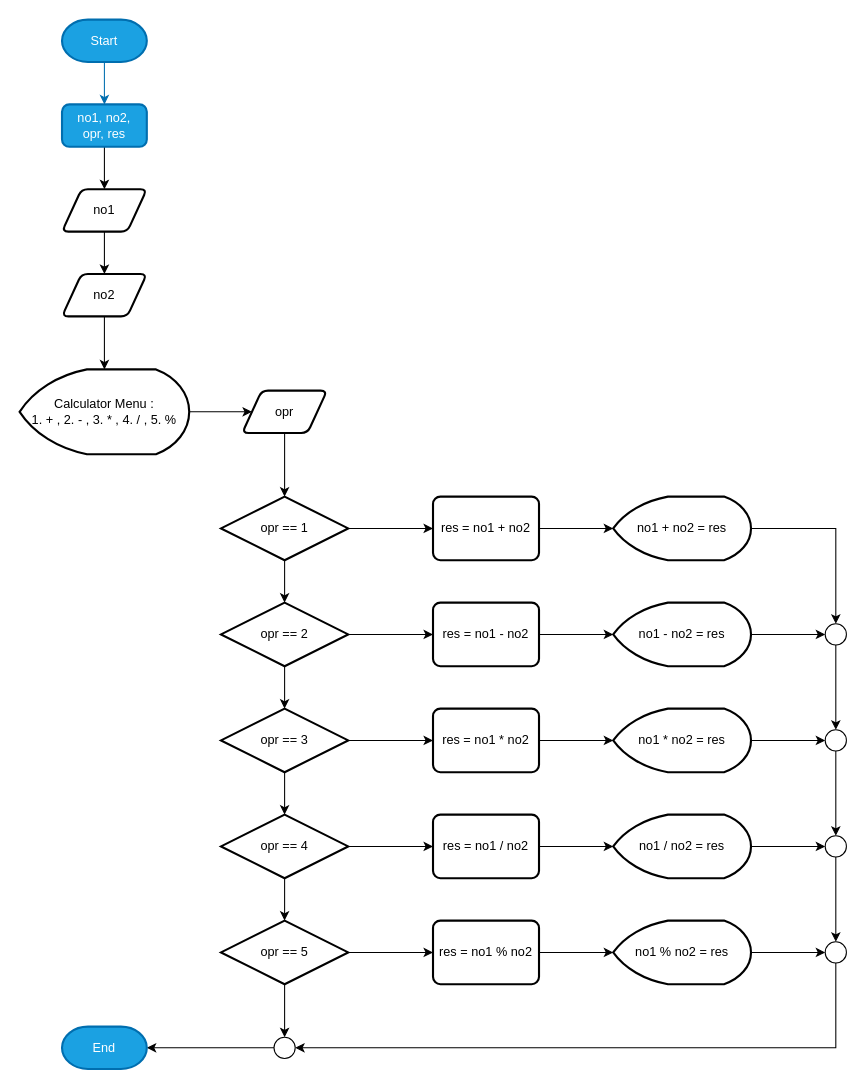
Above: page "Page-2" (2 of 3) of assign01.drawio in ProfDetermined/uni-works (draw.io), before the change. Source tidied: cells renumbered, new cells numbered last; positions are measured from the earlier drawing's top-left corner, leaving out a move shared by most shapes. Both pictures are drawn from the tidied source at 106%, with x=0, y=0 at pixel (19, 19).
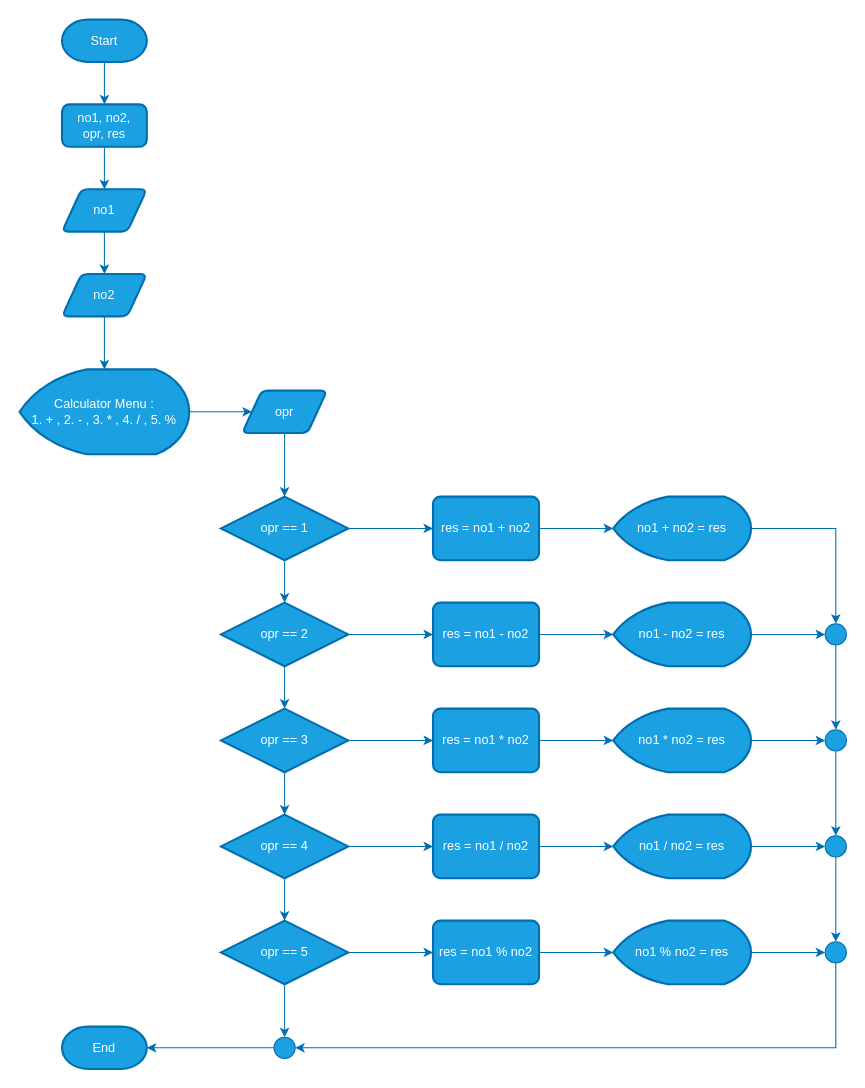
Above is the later version.

Unchanged cells that the change refers to:
```xml
<mxCell id="5" value="no1, no2,&lt;br&gt;opr, res" style="rounded=1;whiteSpace=wrap;html=1;absoluteArcSize=1;arcSize=14;strokeWidth=2;fillColor=#1ba1e2;strokeColor=#006EAF;fontColor=#ffffff;" parent="1" vertex="1">
  <mxGeometry x="40" y="80" width="80" height="40" as="geometry" />
</mxCell>
<mxCell id="59" value="End" style="strokeWidth=2;html=1;shape=mxgraph.flowchart.terminator;whiteSpace=wrap;fillColor=#1ba1e2;strokeColor=#006EAF;fontColor=#ffffff;" parent="1" vertex="1">
  <mxGeometry x="40" y="950" width="80" height="40" as="geometry" />
</mxCell>
```

Diff of the diagram source:
```diff
@@
-    <mxCell id="4" style="edgeStyle=orthogonalEdgeStyle;rounded=0;jettySize=auto;html=1;" parent="1" edge="1" source="5" target="7">
+    <mxCell id="4" style="edgeStyle=orthogonalEdgeStyle;rounded=0;jettySize=auto;html=1;fillColor=#1ba1e2;strokeColor=#006EAF;" parent="1" edge="1" source="5" target="7">
       <mxGeometry relative="1" as="geometry" />
     </mxCell>
@@
-    <mxCell id="6" style="edgeStyle=orthogonalEdgeStyle;rounded=0;jettySize=auto;html=1;" parent="1" edge="1" source="7" target="9">
+    <mxCell id="6" style="edgeStyle=orthogonalEdgeStyle;rounded=0;jettySize=auto;html=1;fillColor=#1ba1e2;strokeColor=#006EAF;" parent="1" edge="1" source="7" target="9">
       <mxGeometry relative="1" as="geometry" />
     </mxCell>
-    <mxCell id="7" value="no1" style="shape=parallelogram;html=1;strokeWidth=2;perimeter=parallelogramPerimeter;whiteSpace=wrap;rounded=1;arcSize=12;size=0.23;" parent="1" vertex="1">
+    <mxCell id="7" value="no1" style="shape=parallelogram;html=1;strokeWidth=2;perimeter=parallelogramPerimeter;whiteSpace=wrap;rounded=1;arcSize=12;size=0.23;fillColor=#1ba1e2;strokeColor=#006EAF;fontColor=#ffffff;" parent="1" vertex="1">
       <mxGeometry x="40" y="160" width="80" height="40" as="geometry" />
     </mxCell>
-    <mxCell id="8" style="edgeStyle=orthogonalEdgeStyle;rounded=0;jettySize=auto;html=1;" parent="1" edge="1" source="9" target="11">
+    <mxCell id="8" style="edgeStyle=orthogonalEdgeStyle;rounded=0;jettySize=auto;html=1;fillColor=#1ba1e2;strokeColor=#006EAF;" parent="1" edge="1" source="9" target="11">
       <mxGeometry relative="1" as="geometry" />
     </mxCell>
-    <mxCell id="9" value="no2" style="shape=parallelogram;html=1;strokeWidth=2;perimeter=parallelogramPerimeter;whiteSpace=wrap;rounded=1;arcSize=12;size=0.23;" parent="1" vertex="1">
+    <mxCell id="9" value="no2" style="shape=parallelogram;html=1;strokeWidth=2;perimeter=parallelogramPerimeter;whiteSpace=wrap;rounded=1;arcSize=12;size=0.23;fillColor=#1ba1e2;strokeColor=#006EAF;fontColor=#ffffff;" parent="1" vertex="1">
       <mxGeometry x="40" y="240" width="80" height="40" as="geometry" />
     </mxCell>
-    <mxCell id="10" style="edgeStyle=orthogonalEdgeStyle;rounded=0;jettySize=auto;html=1;" parent="1" edge="1" source="11" target="13">
+    <mxCell id="10" style="edgeStyle=orthogonalEdgeStyle;rounded=0;jettySize=auto;html=1;fillColor=#1ba1e2;strokeColor=#006EAF;" parent="1" edge="1" source="11" target="13">
       <mxGeometry relative="1" as="geometry" />
     </mxCell>
-    <mxCell id="11" value="Calculator Menu :&lt;br&gt;1. + , 2. - , 3. * , 4. / , 5. %" style="strokeWidth=2;html=1;shape=mxgraph.flowchart.display;whiteSpace=wrap;direction=east;" parent="1" vertex="1">
+    <mxCell id="11" value="Calculator Menu :&lt;br&gt;1. + , 2. - , 3. * , 4. / , 5. %" style="strokeWidth=2;html=1;shape=mxgraph.flowchart.display;whiteSpace=wrap;direction=east;fillColor=#1ba1e2;strokeColor=#006EAF;fontColor=#ffffff;" parent="1" vertex="1">
       <mxGeometry y="330" width="160" height="80" as="geometry" />
     </mxCell>
-    <mxCell id="12" style="edgeStyle=orthogonalEdgeStyle;rounded=0;jettySize=auto;html=1;" parent="1" edge="1" source="13" target="16">
+    <mxCell id="12" style="edgeStyle=orthogonalEdgeStyle;rounded=0;jettySize=auto;html=1;fillColor=#1ba1e2;strokeColor=#006EAF;" parent="1" edge="1" source="13" target="16">
       <mxGeometry relative="1" as="geometry" />
     </mxCell>
-    <mxCell id="13" value="opr" style="shape=parallelogram;html=1;strokeWidth=2;perimeter=parallelogramPerimeter;whiteSpace=wrap;rounded=1;arcSize=12;size=0.23;" parent="1" vertex="1">
+    <mxCell id="13" value="opr" style="shape=parallelogram;html=1;strokeWidth=2;perimeter=parallelogramPerimeter;whiteSpace=wrap;rounded=1;arcSize=12;size=0.23;fillColor=#1ba1e2;strokeColor=#006EAF;fontColor=#ffffff;" parent="1" vertex="1">
       <mxGeometry x="210" y="350" width="80" height="40" as="geometry" />
     </mxCell>
-    <mxCell id="14" style="edgeStyle=orthogonalEdgeStyle;rounded=0;jettySize=auto;html=1;" parent="1" edge="1" source="16" target="19">
+    <mxCell id="14" style="edgeStyle=orthogonalEdgeStyle;rounded=0;jettySize=auto;html=1;fillColor=#1ba1e2;strokeColor=#006EAF;" parent="1" edge="1" source="16" target="19">
       <mxGeometry relative="1" as="geometry" />
     </mxCell>
-    <mxCell id="15" style="edgeStyle=orthogonalEdgeStyle;rounded=0;jettySize=auto;html=1;" parent="1" edge="1" source="16" target="30">
+    <mxCell id="15" style="edgeStyle=orthogonalEdgeStyle;rounded=0;jettySize=auto;html=1;fillColor=#1ba1e2;strokeColor=#006EAF;" parent="1" edge="1" source="16" target="30">
       <mxGeometry relative="1" as="geometry" />
     </mxCell>
-    <mxCell id="16" value="opr == 1" style="strokeWidth=2;html=1;shape=mxgraph.flowchart.decision;whiteSpace=wrap;" parent="1" vertex="1">
+    <mxCell id="16" value="opr == 1" style="strokeWidth=2;html=1;shape=mxgraph.flowchart.decision;whiteSpace=wrap;fillColor=#1ba1e2;strokeColor=#006EAF;fontColor=#ffffff;" parent="1" vertex="1">
       <mxGeometry x="190" y="450" width="120" height="60" as="geometry" />
     </mxCell>
-    <mxCell id="17" style="edgeStyle=orthogonalEdgeStyle;rounded=0;jettySize=auto;html=1;" parent="1" edge="1" source="19" target="22">
+    <mxCell id="17" style="edgeStyle=orthogonalEdgeStyle;rounded=0;jettySize=auto;html=1;fillColor=#1ba1e2;strokeColor=#006EAF;" parent="1" edge="1" source="19" target="22">
       <mxGeometry relative="1" as="geometry" />
     </mxCell>
-    <mxCell id="18" style="edgeStyle=orthogonalEdgeStyle;rounded=0;jettySize=auto;html=1;" parent="1" edge="1" source="19" target="34">
+    <mxCell id="18" style="edgeStyle=orthogonalEdgeStyle;rounded=0;jettySize=auto;html=1;fillColor=#1ba1e2;strokeColor=#006EAF;" parent="1" edge="1" source="19" target="34">
       <mxGeometry relative="1" as="geometry" />
     </mxCell>
-    <mxCell id="19" value="opr == 2" style="strokeWidth=2;html=1;shape=mxgraph.flowchart.decision;whiteSpace=wrap;" parent="1" vertex="1">
+    <mxCell id="19" value="opr == 2" style="strokeWidth=2;html=1;shape=mxgraph.flowchart.decision;whiteSpace=wrap;fillColor=#1ba1e2;strokeColor=#006EAF;fontColor=#ffffff;" parent="1" vertex="1">
       <mxGeometry x="190" y="550" width="120" height="60" as="geometry" />
     </mxCell>
-    <mxCell id="20" style="edgeStyle=orthogonalEdgeStyle;rounded=0;jettySize=auto;html=1;" parent="1" edge="1" source="22" target="25">
+    <mxCell id="20" style="edgeStyle=orthogonalEdgeStyle;rounded=0;jettySize=auto;html=1;fillColor=#1ba1e2;strokeColor=#006EAF;" parent="1" edge="1" source="22" target="25">
       <mxGeometry relative="1" as="geometry" />
     </mxCell>
-    <mxCell id="21" style="edgeStyle=orthogonalEdgeStyle;rounded=0;jettySize=auto;html=1;" parent="1" edge="1" source="22" target="40">
+    <mxCell id="21" style="edgeStyle=orthogonalEdgeStyle;rounded=0;jettySize=auto;html=1;fillColor=#1ba1e2;strokeColor=#006EAF;" parent="1" edge="1" source="22" target="40">
       <mxGeometry relative="1" as="geometry" />
     </mxCell>
-    <mxCell id="22" value="opr == 3" style="strokeWidth=2;html=1;shape=mxgraph.flowchart.decision;whiteSpace=wrap;" parent="1" vertex="1">
+    <mxCell id="22" value="opr == 3" style="strokeWidth=2;html=1;shape=mxgraph.flowchart.decision;whiteSpace=wrap;fillColor=#1ba1e2;strokeColor=#006EAF;fontColor=#ffffff;" parent="1" vertex="1">
       <mxGeometry x="190" y="650" width="120" height="60" as="geometry" />
     </mxCell>
-    <mxCell id="23" style="edgeStyle=orthogonalEdgeStyle;rounded=0;jettySize=auto;html=1;" parent="1" edge="1" source="25" target="28">
+    <mxCell id="23" style="edgeStyle=orthogonalEdgeStyle;rounded=0;jettySize=auto;html=1;fillColor=#1ba1e2;strokeColor=#006EAF;" parent="1" edge="1" source="25" target="28">
       <mxGeometry relative="1" as="geometry" />
     </mxCell>
-    <mxCell id="24" style="edgeStyle=orthogonalEdgeStyle;rounded=0;jettySize=auto;html=1;" parent="1" edge="1" source="25" target="46">
+    <mxCell id="24" style="edgeStyle=orthogonalEdgeStyle;rounded=0;jettySize=auto;html=1;fillColor=#1ba1e2;strokeColor=#006EAF;" parent="1" edge="1" source="25" target="46">
       <mxGeometry relative="1" as="geometry" />
     </mxCell>
-    <mxCell id="25" value="opr == 4" style="strokeWidth=2;html=1;shape=mxgraph.flowchart.decision;whiteSpace=wrap;" parent="1" vertex="1">
+    <mxCell id="25" value="opr == 4" style="strokeWidth=2;html=1;shape=mxgraph.flowchart.decision;whiteSpace=wrap;fillColor=#1ba1e2;strokeColor=#006EAF;fontColor=#ffffff;" parent="1" vertex="1">
       <mxGeometry x="190" y="750" width="120" height="60" as="geometry" />
     </mxCell>
-    <mxCell id="26" style="edgeStyle=orthogonalEdgeStyle;rounded=0;jettySize=auto;html=1;" parent="1" edge="1" source="28" target="48">
+    <mxCell id="26" style="edgeStyle=orthogonalEdgeStyle;rounded=0;jettySize=auto;html=1;fillColor=#1ba1e2;strokeColor=#006EAF;" parent="1" edge="1" source="28" target="48">
       <mxGeometry relative="1" as="geometry" />
     </mxCell>
-    <mxCell id="27" style="edgeStyle=orthogonalEdgeStyle;rounded=0;jettySize=auto;html=1;" parent="1" edge="1" source="28" target="58">
+    <mxCell id="27" style="edgeStyle=orthogonalEdgeStyle;rounded=0;jettySize=auto;html=1;fillColor=#1ba1e2;strokeColor=#006EAF;" parent="1" edge="1" source="28" target="58">
       <mxGeometry relative="1" as="geometry" />
     </mxCell>
-    <mxCell id="28" value="opr == 5" style="strokeWidth=2;html=1;shape=mxgraph.flowchart.decision;whiteSpace=wrap;" parent="1" vertex="1">
+    <mxCell id="28" value="opr == 5" style="strokeWidth=2;html=1;shape=mxgraph.flowchart.decision;whiteSpace=wrap;fillColor=#1ba1e2;strokeColor=#006EAF;fontColor=#ffffff;" parent="1" vertex="1">
       <mxGeometry x="190" y="850" width="120" height="60" as="geometry" />
     </mxCell>
-    <mxCell id="29" style="edgeStyle=orthogonalEdgeStyle;rounded=0;jettySize=auto;html=1;" parent="1" edge="1" source="30" target="32">
+    <mxCell id="29" style="edgeStyle=orthogonalEdgeStyle;rounded=0;jettySize=auto;html=1;fillColor=#1ba1e2;strokeColor=#006EAF;" parent="1" edge="1" source="30" target="32">
       <mxGeometry relative="1" as="geometry" />
     </mxCell>
-    <mxCell id="30" value="res = no1 + no2" style="rounded=1;whiteSpace=wrap;html=1;absoluteArcSize=1;arcSize=14;strokeWidth=2;" parent="1" vertex="1">
+    <mxCell id="30" value="res = no1 + no2" style="rounded=1;whiteSpace=wrap;html=1;absoluteArcSize=1;arcSize=14;strokeWidth=2;fillColor=#1ba1e2;strokeColor=#006EAF;fontColor=#ffffff;" parent="1" vertex="1">
       <mxGeometry x="390" y="450" width="100" height="60" as="geometry" />
     </mxCell>
-    <mxCell id="31" style="edgeStyle=orthogonalEdgeStyle;rounded=0;jettySize=auto;html=1;entryX=0.5;entryY=0;entryDx=0;entryDy=0;entryPerimeter=0;" parent="1" edge="1" source="32" target="38">
+    <mxCell id="31" style="edgeStyle=orthogonalEdgeStyle;rounded=0;jettySize=auto;html=1;entryX=0.5;entryY=0;entryDx=0;entryDy=0;entryPerimeter=0;fillColor=#1ba1e2;strokeColor=#006EAF;" parent="1" edge="1" source="32" target="38">
       <mxGeometry relative="1" as="geometry" />
     </mxCell>
-    <mxCell id="32" value="no1 + no2 = res" style="strokeWidth=2;html=1;shape=mxgraph.flowchart.display;whiteSpace=wrap;direction=east;" parent="1" vertex="1">
+    <mxCell id="32" value="no1 + no2 = res" style="strokeWidth=2;html=1;shape=mxgraph.flowchart.display;whiteSpace=wrap;direction=east;fillColor=#1ba1e2;strokeColor=#006EAF;fontColor=#ffffff;" parent="1" vertex="1">
       <mxGeometry x="560" y="450" width="130" height="60" as="geometry" />
     </mxCell>
-    <mxCell id="33" style="edgeStyle=orthogonalEdgeStyle;rounded=0;jettySize=auto;html=1;" parent="1" edge="1" source="34" target="36">
+    <mxCell id="33" style="edgeStyle=orthogonalEdgeStyle;rounded=0;jettySize=auto;html=1;fillColor=#1ba1e2;strokeColor=#006EAF;" parent="1" edge="1" source="34" target="36">
       <mxGeometry relative="1" as="geometry" />
     </mxCell>
-    <mxCell id="34" value="res = no1 - no2" style="rounded=1;whiteSpace=wrap;html=1;absoluteArcSize=1;arcSize=14;strokeWidth=2;" parent="1" vertex="1">
+    <mxCell id="34" value="res = no1 - no2" style="rounded=1;whiteSpace=wrap;html=1;absoluteArcSize=1;arcSize=14;strokeWidth=2;fillColor=#1ba1e2;strokeColor=#006EAF;fontColor=#ffffff;" parent="1" vertex="1">
       <mxGeometry x="390" y="550" width="100" height="60" as="geometry" />
     </mxCell>
-    <mxCell id="35" style="edgeStyle=orthogonalEdgeStyle;rounded=0;jettySize=auto;html=1;" parent="1" edge="1" source="36" target="38">
+    <mxCell id="35" style="edgeStyle=orthogonalEdgeStyle;rounded=0;jettySize=auto;html=1;fillColor=#1ba1e2;strokeColor=#006EAF;" parent="1" edge="1" source="36" target="38">
       <mxGeometry relative="1" as="geometry" />
     </mxCell>
-    <mxCell id="36" value="no1 - no2 = res" style="strokeWidth=2;html=1;shape=mxgraph.flowchart.display;whiteSpace=wrap;direction=east;" parent="1" vertex="1">
+    <mxCell id="36" value="no1 - no2 = res" style="strokeWidth=2;html=1;shape=mxgraph.flowchart.display;whiteSpace=wrap;direction=east;fillColor=#1ba1e2;strokeColor=#006EAF;fontColor=#ffffff;" parent="1" vertex="1">
       <mxGeometry x="560" y="550" width="130" height="60" as="geometry" />
     </mxCell>
-    <mxCell id="37" style="edgeStyle=orthogonalEdgeStyle;rounded=0;jettySize=auto;html=1;" parent="1" edge="1" source="38" target="44">
+    <mxCell id="37" style="edgeStyle=orthogonalEdgeStyle;rounded=0;jettySize=auto;html=1;fillColor=#1ba1e2;strokeColor=#006EAF;" parent="1" edge="1" source="38" target="44">
       <mxGeometry relative="1" as="geometry" />
     </mxCell>
-    <mxCell id="38" style="verticalLabelPosition=bottom;verticalAlign=top;html=1;shape=mxgraph.flowchart.on-page_reference;" parent="1" vertex="1">
+    <mxCell id="38" style="verticalLabelPosition=bottom;verticalAlign=top;html=1;shape=mxgraph.flowchart.on-page_reference;fillColor=#1ba1e2;strokeColor=#006EAF;fontColor=#ffffff;" parent="1" vertex="1">
       <mxGeometry x="760" y="570" width="20" height="20" as="geometry" />
     </mxCell>
-    <mxCell id="39" style="edgeStyle=orthogonalEdgeStyle;rounded=0;jettySize=auto;html=1;" parent="1" edge="1" source="40" target="42">
+    <mxCell id="39" style="edgeStyle=orthogonalEdgeStyle;rounded=0;jettySize=auto;html=1;fillColor=#1ba1e2;strokeColor=#006EAF;" parent="1" edge="1" source="40" target="42">
       <mxGeometry relative="1" as="geometry" />
     </mxCell>
-    <mxCell id="40" value="res = no1 * no2" style="rounded=1;whiteSpace=wrap;html=1;absoluteArcSize=1;arcSize=14;strokeWidth=2;" parent="1" vertex="1">
+    <mxCell id="40" value="res = no1 * no2" style="rounded=1;whiteSpace=wrap;html=1;absoluteArcSize=1;arcSize=14;strokeWidth=2;fillColor=#1ba1e2;strokeColor=#006EAF;fontColor=#ffffff;" parent="1" vertex="1">
       <mxGeometry x="390" y="650" width="100" height="60" as="geometry" />
     </mxCell>
-    <mxCell id="41" style="edgeStyle=orthogonalEdgeStyle;rounded=0;jettySize=auto;html=1;" parent="1" edge="1" source="42" target="44">
+    <mxCell id="41" style="edgeStyle=orthogonalEdgeStyle;rounded=0;jettySize=auto;html=1;fillColor=#1ba1e2;strokeColor=#006EAF;" parent="1" edge="1" source="42" target="44">
       <mxGeometry relative="1" as="geometry" />
     </mxCell>
-    <mxCell id="42" value="no1 * no2 = res" style="strokeWidth=2;html=1;shape=mxgraph.flowchart.display;whiteSpace=wrap;direction=east;" parent="1" vertex="1">
+    <mxCell id="42" value="no1 * no2 = res" style="strokeWidth=2;html=1;shape=mxgraph.flowchart.display;whiteSpace=wrap;direction=east;fillColor=#1ba1e2;strokeColor=#006EAF;fontColor=#ffffff;" parent="1" vertex="1">
       <mxGeometry x="560" y="650" width="130" height="60" as="geometry" />
     </mxCell>
-    <mxCell id="43" style="edgeStyle=orthogonalEdgeStyle;rounded=0;jettySize=auto;html=1;" parent="1" edge="1" source="44" target="54">
+    <mxCell id="43" style="edgeStyle=orthogonalEdgeStyle;rounded=0;jettySize=auto;html=1;fillColor=#1ba1e2;strokeColor=#006EAF;" parent="1" edge="1" source="44" target="54">
       <mxGeometry relative="1" as="geometry" />
     </mxCell>
-    <mxCell id="44" style="verticalLabelPosition=bottom;verticalAlign=top;html=1;shape=mxgraph.flowchart.on-page_reference;" parent="1" vertex="1">
+    <mxCell id="44" style="verticalLabelPosition=bottom;verticalAlign=top;html=1;shape=mxgraph.flowchart.on-page_reference;fillColor=#1ba1e2;strokeColor=#006EAF;fontColor=#ffffff;" parent="1" vertex="1">
       <mxGeometry x="760" y="670" width="20" height="20" as="geometry" />
     </mxCell>
-    <mxCell id="45" style="edgeStyle=orthogonalEdgeStyle;rounded=0;jettySize=auto;html=1;" parent="1" edge="1" source="46" target="50">
+    <mxCell id="45" style="edgeStyle=orthogonalEdgeStyle;rounded=0;jettySize=auto;html=1;fillColor=#1ba1e2;strokeColor=#006EAF;" parent="1" edge="1" source="46" target="50">
       <mxGeometry relative="1" as="geometry" />
     </mxCell>
-    <mxCell id="46" value="res = no1 / no2" style="rounded=1;whiteSpace=wrap;html=1;absoluteArcSize=1;arcSize=14;strokeWidth=2;" parent="1" vertex="1">
+    <mxCell id="46" value="res = no1 / no2" style="rounded=1;whiteSpace=wrap;html=1;absoluteArcSize=1;arcSize=14;strokeWidth=2;fillColor=#1ba1e2;strokeColor=#006EAF;fontColor=#ffffff;" parent="1" vertex="1">
       <mxGeometry x="390" y="750" width="100" height="60" as="geometry" />
     </mxCell>
-    <mxCell id="47" style="edgeStyle=orthogonalEdgeStyle;rounded=0;jettySize=auto;html=1;" parent="1" edge="1" source="48" target="52">
+    <mxCell id="47" style="edgeStyle=orthogonalEdgeStyle;rounded=0;jettySize=auto;html=1;fillColor=#1ba1e2;strokeColor=#006EAF;" parent="1" edge="1" source="48" target="52">
       <mxGeometry relative="1" as="geometry" />
     </mxCell>
-    <mxCell id="48" value="res = no1 % no2" style="rounded=1;whiteSpace=wrap;html=1;absoluteArcSize=1;arcSize=14;strokeWidth=2;" parent="1" vertex="1">
+    <mxCell id="48" value="res = no1 % no2" style="rounded=1;whiteSpace=wrap;html=1;absoluteArcSize=1;arcSize=14;strokeWidth=2;fillColor=#1ba1e2;strokeColor=#006EAF;fontColor=#ffffff;" parent="1" vertex="1">
       <mxGeometry x="390" y="850" width="100" height="60" as="geometry" />
     </mxCell>
-    <mxCell id="49" style="edgeStyle=orthogonalEdgeStyle;rounded=0;jettySize=auto;html=1;" parent="1" edge="1" source="50" target="54">
+    <mxCell id="49" style="edgeStyle=orthogonalEdgeStyle;rounded=0;jettySize=auto;html=1;fillColor=#1ba1e2;strokeColor=#006EAF;" parent="1" edge="1" source="50" target="54">
       <mxGeometry relative="1" as="geometry" />
     </mxCell>
-    <mxCell id="50" value="no1 / no2 = res" style="strokeWidth=2;html=1;shape=mxgraph.flowchart.display;whiteSpace=wrap;direction=east;" parent="1" vertex="1">
+    <mxCell id="50" value="no1 / no2 = res" style="strokeWidth=2;html=1;shape=mxgraph.flowchart.display;whiteSpace=wrap;direction=east;fillColor=#1ba1e2;strokeColor=#006EAF;fontColor=#ffffff;" parent="1" vertex="1">
       <mxGeometry x="560" y="750" width="130" height="60" as="geometry" />
     </mxCell>
-    <mxCell id="51" style="edgeStyle=orthogonalEdgeStyle;rounded=0;jettySize=auto;html=1;" parent="1" edge="1" source="52" target="56">
+    <mxCell id="51" style="edgeStyle=orthogonalEdgeStyle;rounded=0;jettySize=auto;html=1;fillColor=#1ba1e2;strokeColor=#006EAF;" parent="1" edge="1" source="52" target="56">
       <mxGeometry relative="1" as="geometry" />
     </mxCell>
-    <mxCell id="52" value="no1 % no2 = res" style="strokeWidth=2;html=1;shape=mxgraph.flowchart.display;whiteSpace=wrap;direction=east;" parent="1" vertex="1">
+    <mxCell id="52" value="no1 % no2 = res" style="strokeWidth=2;html=1;shape=mxgraph.flowchart.display;whiteSpace=wrap;direction=east;fillColor=#1ba1e2;strokeColor=#006EAF;fontColor=#ffffff;" parent="1" vertex="1">
       <mxGeometry x="560" y="850" width="130" height="60" as="geometry" />
     </mxCell>
-    <mxCell id="53" style="edgeStyle=orthogonalEdgeStyle;rounded=0;jettySize=auto;html=1;" parent="1" edge="1" source="54" target="56">
+    <mxCell id="53" style="edgeStyle=orthogonalEdgeStyle;rounded=0;jettySize=auto;html=1;fillColor=#1ba1e2;strokeColor=#006EAF;" parent="1" edge="1" source="54" target="56">
       <mxGeometry relative="1" as="geometry" />
     </mxCell>
-    <mxCell id="54" style="verticalLabelPosition=bottom;verticalAlign=top;html=1;shape=mxgraph.flowchart.on-page_reference;" parent="1" vertex="1">
+    <mxCell id="54" style="verticalLabelPosition=bottom;verticalAlign=top;html=1;shape=mxgraph.flowchart.on-page_reference;fillColor=#1ba1e2;strokeColor=#006EAF;fontColor=#ffffff;" parent="1" vertex="1">
       <mxGeometry x="760" y="770" width="20" height="20" as="geometry" />
     </mxCell>
-    <mxCell id="55" style="edgeStyle=orthogonalEdgeStyle;rounded=0;jettySize=auto;html=1;entryX=1;entryY=0.5;entryDx=0;entryDy=0;entryPerimeter=0;" parent="1" edge="1" source="56" target="58">
+    <mxCell id="55" style="edgeStyle=orthogonalEdgeStyle;rounded=0;jettySize=auto;html=1;entryX=1;entryY=0.5;entryDx=0;entryDy=0;entryPerimeter=0;fillColor=#1ba1e2;strokeColor=#006EAF;" parent="1" edge="1" source="56" target="58">
       <mxGeometry relative="1" as="geometry">
         <Array as="points">
           <mxPoint x="770" y="970" />
         </Array>
       </mxGeometry>
     </mxCell>
-    <mxCell id="56" style="verticalLabelPosition=bottom;verticalAlign=top;html=1;shape=mxgraph.flowchart.on-page_reference;" parent="1" vertex="1">
+    <mxCell id="56" style="verticalLabelPosition=bottom;verticalAlign=top;html=1;shape=mxgraph.flowchart.on-page_reference;fillColor=#1ba1e2;strokeColor=#006EAF;fontColor=#ffffff;" parent="1" vertex="1">
       <mxGeometry x="760" y="870" width="20" height="20" as="geometry" />
     </mxCell>
-    <mxCell id="57" style="edgeStyle=orthogonalEdgeStyle;rounded=0;jettySize=auto;html=1;" parent="1" edge="1" source="58" target="59">
+    <mxCell id="57" style="edgeStyle=orthogonalEdgeStyle;rounded=0;jettySize=auto;html=1;fillColor=#1ba1e2;strokeColor=#006EAF;" parent="1" edge="1" source="58" target="59">
       <mxGeometry relative="1" as="geometry" />
     </mxCell>
-    <mxCell id="58" style="verticalLabelPosition=bottom;verticalAlign=top;html=1;shape=mxgraph.flowchart.on-page_reference;" parent="1" vertex="1">
+    <mxCell id="58" style="verticalLabelPosition=bottom;verticalAlign=top;html=1;shape=mxgraph.flowchart.on-page_reference;fillColor=#1ba1e2;strokeColor=#006EAF;fontColor=#ffffff;" parent="1" vertex="1">
       <mxGeometry x="240" y="960" width="20" height="20" as="geometry" />
     </mxCell>
```
